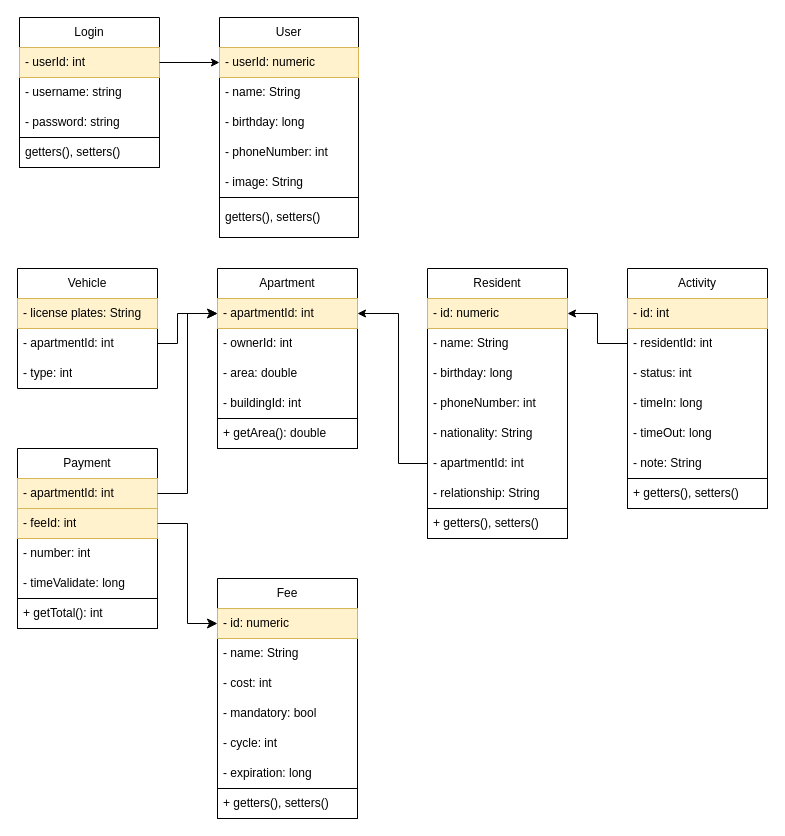
Above: sqlChart.drawio in liguang612/ApartmentManagement (draw.io), before the change. Source tidied: cells renumbered, new cells numbered last; positions are measured from the earlier drawing's top-left corner, leaving out a move shared by most shapes. Both pictures are drawn from the tidied source at 100%, with x=0, y=0 at pixel (17, 17).
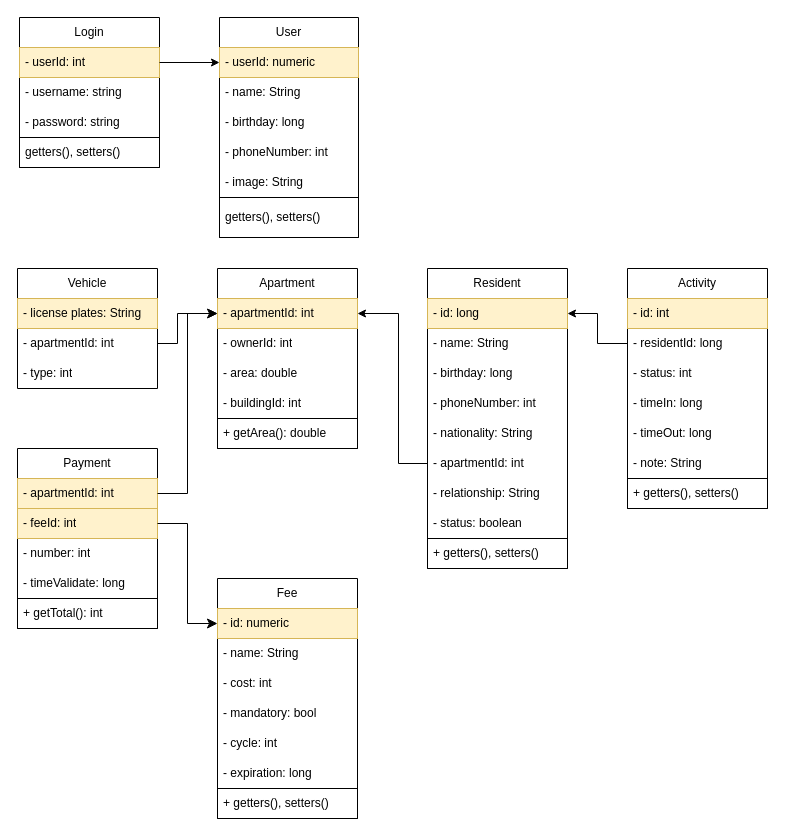
After the change.

Unchanged cells that the change refers to:
```xml
<mxCell id="35" value="Activity" style="swimlane;fontStyle=0;horizontal=1;startSize=30;whiteSpace=wrap;html=1;" parent="1" vertex="1">
  <mxGeometry x="610" y="251" width="140" height="240" as="geometry" />
</mxCell>
```

Change to the diagram source:
```diff
@@
     <mxCell id="24" value="Resident" style="swimlane;fontStyle=0;horizontal=1;startSize=30;whiteSpace=wrap;html=1;" parent="1" vertex="1">
-      <mxGeometry x="410" y="251" width="140" height="270" as="geometry" />
+      <mxGeometry x="410" y="251" width="140" height="300" as="geometry" />
     </mxCell>
-    <mxCell id="25" value="- id: numeric" style="text;strokeColor=#d6b656;fillColor=#fff2cc;align=left;verticalAlign=middle;spacingLeft=4;spacingRight=4;overflow=hidden;points=[[0,0.5],[1,0.5]];portConstraint=eastwest;whiteSpace=wrap;html=1;fontColor=#000000;" parent="24" vertex="1">
+    <mxCell id="25" value="- id: long" style="text;strokeColor=#d6b656;fillColor=#fff2cc;align=left;verticalAlign=middle;spacingLeft=4;spacingRight=4;overflow=hidden;points=[[0,0.5],[1,0.5]];portConstraint=eastwest;whiteSpace=wrap;html=1;fontColor=#000000;" parent="24" vertex="1">
       <mxGeometry y="30" width="140" height="30" as="geometry" />
     </mxCell>
@@
+    <mxCell id="68" value="- status: boolean" style="text;strokeColor=none;fillColor=none;align=left;verticalAlign=middle;spacingLeft=4;spacingRight=4;overflow=hidden;whiteSpace=wrap;html=1;" parent="24" vertex="1">
+      <mxGeometry y="240" width="140" height="30" as="geometry" />
+    </mxCell>
     <mxCell id="32" style="swimlane;startSize=0;" parent="24" vertex="1">
-      <mxGeometry y="240" width="140" height="30" as="geometry" />
+      <mxGeometry y="270" width="140" height="30" as="geometry" />
     </mxCell>
@@
-    <mxCell id="37" value="- residentId: int" style="text;strokeColor=none;fillColor=none;align=left;verticalAlign=middle;spacingLeft=4;spacingRight=4;overflow=hidden;points=[[0,0.5],[1,0.5]];portConstraint=eastwest;whiteSpace=wrap;html=1;" parent="35" vertex="1">
+    <mxCell id="37" value="- residentId: long" style="text;strokeColor=none;fillColor=none;align=left;verticalAlign=middle;spacingLeft=4;spacingRight=4;overflow=hidden;points=[[0,0.5],[1,0.5]];portConstraint=eastwest;whiteSpace=wrap;html=1;" parent="35" vertex="1">
       <mxGeometry y="60" width="140" height="30" as="geometry" />
     </mxCell>
```
